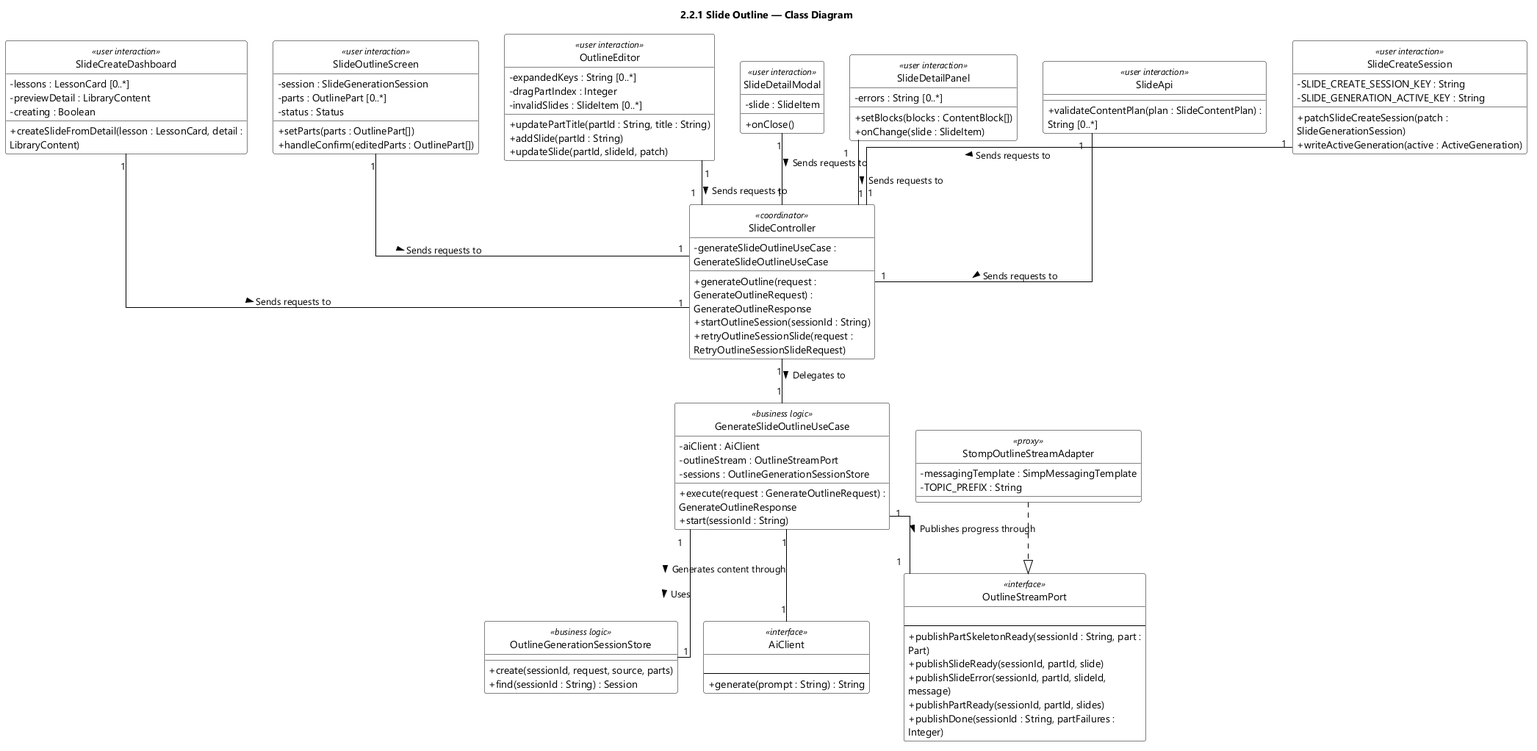
Earlier version of the PlantUML export designs/sds-diagrams/feat02/feat02-class-diagram.png (EduA-system/EduA-system).
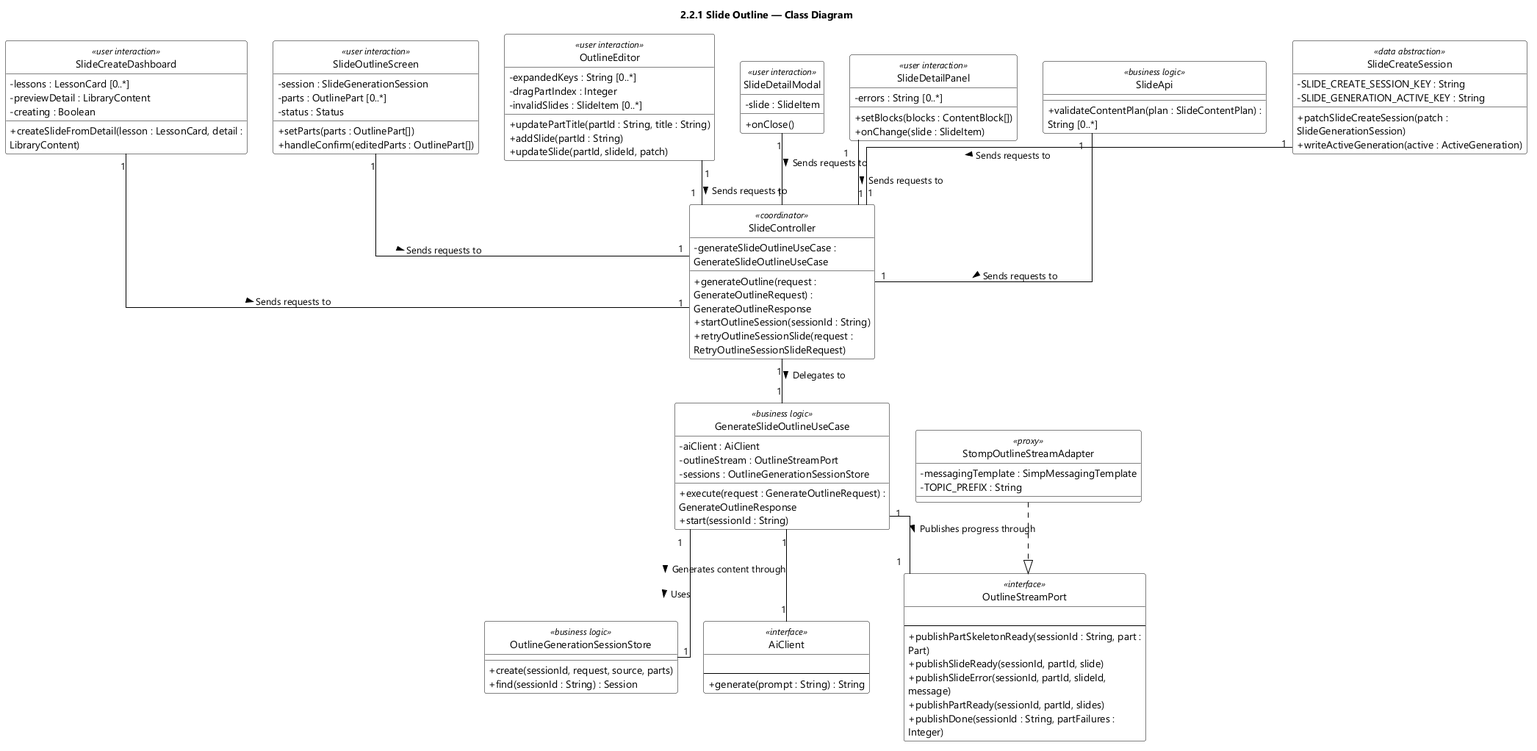
The same diagram one commit later.

Diff of the diagram source:
```diff
@@ -81,11 +81,11 @@
   + onChange(slide : SlideItem)
 }
 
-class SlideApi <<user interaction>> {
+class SlideApi <<business logic>> {
   + validateContentPlan(plan : SlideContentPlan) : String [0..*]
 }
 
-class SlideCreateSession <<user interaction>> {
+class SlideCreateSession <<data abstraction>> {
   - SLIDE_CREATE_SESSION_KEY : String
   - SLIDE_GENERATION_ACTIVE_KEY : String
   + patchSlideCreateSession(patch : SlideGenerationSession)
```
